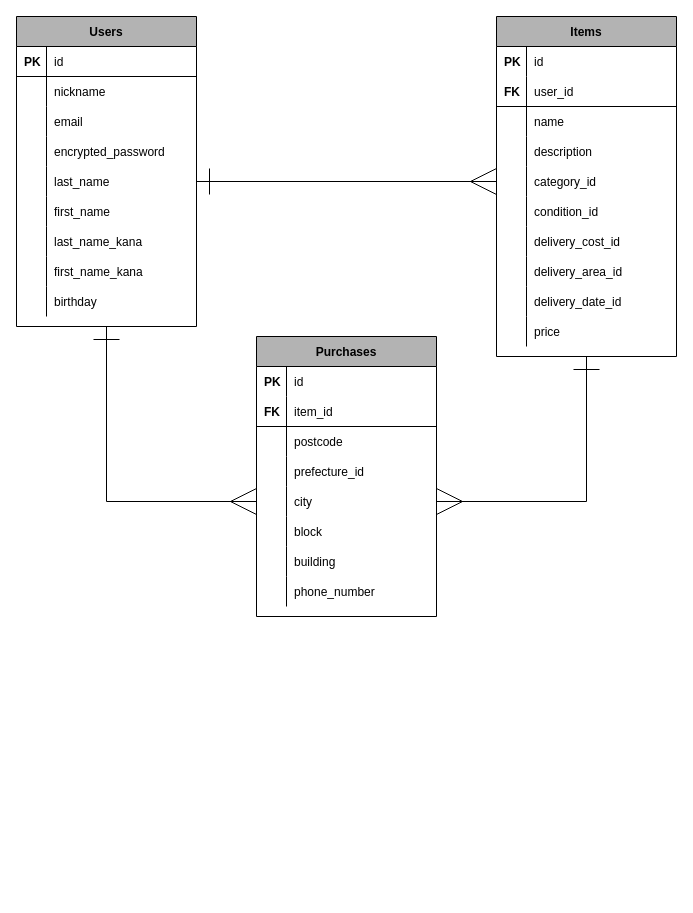
searide/furima-38450 keeps this draw.io diagram as furima_ER.dio. Above is the earlier version. Source tidied: cells renumbered, new cells numbered last; positions are measured from the earlier drawing's top-left corner, leaving out a move shared by most shapes. Both pictures are drawn from the tidied source at 100%, with x=0, y=0 at pixel (16, 16).
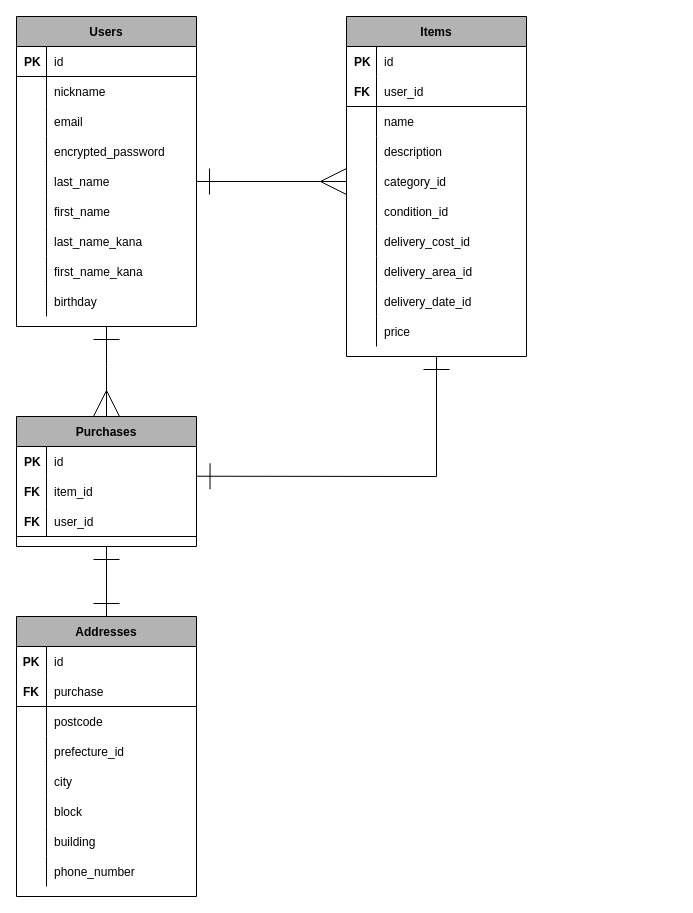
Above is the later version.

Commit message (it also covers changes not shown here):
住所テーブルの追記

The change refers to these unchanged cells:
```xml
<mxCell id="4" value="Users" style="shape=table;startSize=30;childLayout=tableLayout;rowLines=0;fontStyle=1;align=center;fillColor=#B3B3B3;fontColor=#000000;strokeColor=#000000;" parent="1" vertex="1">
  <mxGeometry width="180" height="310" as="geometry" />
</mxCell>
```

Diff of the diagram source:
```diff
@@
-    <mxCell id="3" style="edgeStyle=none;rounded=0;html=1;entryX=0;entryY=0.5;entryDx=0;entryDy=0;startArrow=ERone;startFill=0;endArrow=ERmany;endFill=0;startSize=24;endSize=24;targetPerimeterSpacing=0;strokeColor=#000000;exitX=0.5;exitY=1;exitDx=0;exitDy=0;" parent="1" edge="1" source="4" target="77">
+    <mxCell id="3" style="edgeStyle=none;rounded=0;html=1;startArrow=ERone;startFill=0;endArrow=ERmany;endFill=0;startSize=24;endSize=24;targetPerimeterSpacing=0;strokeColor=#000000;exitX=0.5;exitY=1;exitDx=0;exitDy=0;" parent="1" edge="1" source="4" target="64">
       <mxGeometry relative="1" as="geometry">
         <Array as="points">
-          <mxPoint x="90" y="485" />
+          <mxPoint x="90" y="350" />
         </Array>
       </mxGeometry>
     </mxCell>
@@
-    <mxCell id="32" style="edgeStyle=none;rounded=0;html=1;entryX=1;entryY=0.5;entryDx=0;entryDy=0;startArrow=ERone;startFill=0;endArrow=ERmany;endFill=0;startSize=24;endSize=24;targetPerimeterSpacing=0;strokeColor=#000000;exitX=0.5;exitY=1;exitDx=0;exitDy=0;" parent="1" edge="1" source="33" target="77">
+    <mxCell id="32" style="edgeStyle=none;rounded=0;html=1;entryX=1.003;entryY=-0.009;entryDx=0;entryDy=0;startArrow=ERone;startFill=0;endArrow=ERone;endFill=0;startSize=24;endSize=24;targetPerimeterSpacing=0;strokeColor=#000000;exitX=0.5;exitY=1;exitDx=0;exitDy=0;entryPerimeter=0;" parent="1" edge="1" source="33" target="68">
       <mxGeometry relative="1" as="geometry">
         <Array as="points">
-          <mxPoint x="570" y="485" />
+          <mxPoint x="420" y="460" />
         </Array>
       </mxGeometry>
     </mxCell>
     <mxCell id="33" value="Items" style="shape=table;startSize=30;childLayout=tableLayout;rowLines=0;fontStyle=1;align=center;fillColor=#B3B3B3;fontColor=#000000;strokeColor=#000000;" parent="1" vertex="1">
-      <mxGeometry x="480" width="180" height="340" as="geometry" />
+      <mxGeometry x="330" width="180" height="340" as="geometry" />
     </mxCell>
@@
+    <mxCell id="89" style="edgeStyle=none;html=1;fontFamily=Helvetica;fontSize=12;fontColor=#000000;endArrow=ERone;endFill=0;startSize=24;entryX=0.5;entryY=0;entryDx=0;entryDy=0;startArrow=ERone;startFill=0;strokeColor=#000000;endSize=24;" parent="1" edge="1" source="64" target="93">
+      <mxGeometry relative="1" as="geometry" />
+    </mxCell>
     <mxCell id="64" value="Purchases" style="shape=table;startSize=30;childLayout=tableLayout;rowLines=0;fontStyle=1;align=center;fillColor=#B3B3B3;fontColor=#000000;strokeColor=#000000;" parent="1" vertex="1">
-      <mxGeometry x="240" y="320" width="180" height="280" as="geometry" />
+      <mxGeometry y="400" width="180" height="130" as="geometry" />
     </mxCell>
@@
-    <mxCell id="68" style="shape=partialRectangle;fillColor=none;top=0;left=0;bottom=1;right=0;points=[[0,0.5],[1,0.5]];portConstraint=eastwest;strokeColor=#000000;" parent="64" vertex="1">
+    <mxCell id="68" style="shape=partialRectangle;fillColor=none;top=0;left=0;bottom=1;right=0;points=[[0,0.5],[1,0.5]];portConstraint=eastwest;strokeColor=none;" parent="64" vertex="1">
       <mxGeometry y="60" width="180" height="30" as="geometry" />
     </mxCell>
@@
-    <mxCell id="70" value="item_id" style="shape=partialRectangle;fillColor=none;top=0;left=0;bottom=0;right=0;align=left;spacingLeft=6;fontStyle=0;overflow=hidden;fontColor=#000000;" parent="68" vertex="1">
+    <mxCell id="70" value="item_id" style="shape=partialRectangle;fillColor=none;top=0;left=0;bottom=0;right=0;align=left;spacingLeft=6;fontStyle=0;overflow=hidden;fontColor=#000000;strokeColor=none;" parent="68" vertex="1">
       <mxGeometry x="30" width="150" height="30" as="geometry" />
     </mxCell>
+    <mxCell id="90" style="shape=partialRectangle;fillColor=none;top=0;left=0;bottom=1;right=0;strokeColor=#000000;" parent="64" vertex="1">
+      <mxGeometry y="90" width="180" height="30" as="geometry" />
+    </mxCell>
+    <mxCell id="91" style="shape=partialRectangle;fillColor=none;top=0;left=0;bottom=0;right=0;fontStyle=1;overflow=hidden;align=left;fontColor=#000000;spacingLeft=6;" parent="90" vertex="1">
+      <mxGeometry width="30" height="30" as="geometry" />
+    </mxCell>
+    <mxCell id="92" style="shape=partialRectangle;fillColor=none;top=0;left=0;bottom=0;right=0;align=left;spacingLeft=6;fontStyle=0;overflow=hidden;fontColor=#000000;" parent="90" vertex="1">
+      <mxGeometry x="30" width="150" height="30" as="geometry" />
+    </mxCell>
+    <mxCell id="93" value="Addresses" style="shape=table;startSize=30;childLayout=tableLayout;rowLines=0;fontStyle=1;align=center;fontFamily=Helvetica;fontSize=12;fontColor=#000000;strokeColor=#000000;fillColor=#B3B3B3;" parent="1" vertex="1">
+      <mxGeometry y="600" width="180" height="280" as="geometry" />
+    </mxCell>
+    <mxCell id="94" style="shape=partialRectangle;fillColor=none;top=0;left=0;bottom=1;right=0;fontFamily=Helvetica;fontSize=12;fontColor=#000000;startSize=30;strokeColor=none;" parent="93" vertex="1">
+      <mxGeometry y="30" width="180" height="30" as="geometry" />
+    </mxCell>
+    <mxCell id="95" value="PK" style="shape=partialRectangle;fillColor=none;top=0;left=0;bottom=0;right=0;fontStyle=1;overflow=hidden;fontFamily=Helvetica;fontSize=12;fontColor=#000000;startSize=30;strokeColor=#000000;" parent="94" vertex="1">
+      <mxGeometry width="30" height="30" as="geometry" />
+    </mxCell>
+    <mxCell id="96" value="id" style="shape=partialRectangle;fillColor=none;top=0;left=0;bottom=0;right=0;align=left;spacingLeft=6;fontStyle=0;overflow=hidden;fontFamily=Helvetica;fontSize=12;fontColor=#000000;startSize=30;strokeColor=#000000;" parent="94" vertex="1">
+      <mxGeometry x="30" width="150" height="30" as="geometry" />
+    </mxCell>
+    <mxCell id="97" style="shape=partialRectangle;fillColor=none;top=0;left=0;bottom=1;right=0;fontFamily=Helvetica;fontSize=12;fontColor=#000000;startSize=30;strokeColor=#000000;" parent="93" vertex="1">
+      <mxGeometry y="60" width="180" height="30" as="geometry" />
+    </mxCell>
+    <mxCell id="98" value="FK" style="shape=partialRectangle;fillColor=none;top=0;left=0;bottom=0;right=0;fontStyle=1;overflow=hidden;fontFamily=Helvetica;fontSize=12;fontColor=#000000;startSize=30;strokeColor=#000000;" parent="97" vertex="1">
+      <mxGeometry width="30" height="30" as="geometry" />
+    </mxCell>
+    <mxCell id="99" value="purchase" style="shape=partialRectangle;fillColor=none;top=0;left=0;bottom=0;right=0;align=left;spacingLeft=6;fontStyle=0;overflow=hidden;fontFamily=Helvetica;fontSize=12;fontColor=#000000;startSize=30;strokeColor=#000000;" parent="97" vertex="1">
+      <mxGeometry x="30" width="150" height="30" as="geometry" />
+    </mxCell>
-    <mxCell id="71" style="shape=partialRectangle;fillColor=none;top=0;left=0;bottom=0;right=0;" parent="64" vertex="1">
+    <mxCell id="71" style="shape=partialRectangle;fillColor=none;top=0;left=0;bottom=0;right=0;" parent="93" vertex="1">
       <mxGeometry y="90" width="180" height="30" as="geometry" />
     </mxCell>
@@
-    <mxCell id="74" style="shape=partialRectangle;fillColor=none;top=0;left=0;bottom=0;right=0;" parent="64" vertex="1">
+    <mxCell id="74" style="shape=partialRectangle;fillColor=none;top=0;left=0;bottom=0;right=0;" parent="93" vertex="1">
       <mxGeometry y="120" width="180" height="30" as="geometry" />
     </mxCell>
@@
-    <mxCell id="77" style="shape=partialRectangle;fillColor=none;top=0;left=0;bottom=0;right=0;points=[[0,0.5],[1,0.5]];portConstraint=eastwest;" parent="64" vertex="1">
+    <mxCell id="77" style="shape=partialRectangle;fillColor=none;top=0;left=0;bottom=0;right=0;points=[[0,0.5],[1,0.5]];portConstraint=eastwest;" parent="93" vertex="1">
       <mxGeometry y="150" width="180" height="30" as="geometry" />
     </mxCell>
@@
-    <mxCell id="80" style="shape=partialRectangle;fillColor=none;top=0;left=0;bottom=0;right=0;" parent="64" vertex="1">
+    <mxCell id="80" style="shape=partialRectangle;fillColor=none;top=0;left=0;bottom=0;right=0;" parent="93" vertex="1">
       <mxGeometry y="180" width="180" height="30" as="geometry" />
     </mxCell>
@@
-    <mxCell id="83" style="shape=partialRectangle;fillColor=none;top=0;left=0;bottom=0;right=0;" parent="64" vertex="1">
+    <mxCell id="83" style="shape=partialRectangle;fillColor=none;top=0;left=0;bottom=0;right=0;" parent="93" vertex="1">
       <mxGeometry y="210" width="180" height="30" as="geometry" />
     </mxCell>
@@
-    <mxCell id="86" style="shape=partialRectangle;fillColor=none;top=0;left=0;bottom=0;right=0;" parent="64" vertex="1">
+    <mxCell id="86" style="shape=partialRectangle;fillColor=none;top=0;left=0;bottom=0;right=0;" parent="93" vertex="1">
       <mxGeometry y="240" width="180" height="30" as="geometry" />
     </mxCell>
@@
+    <mxCell id="100" style="shape=partialRectangle;fillColor=none;top=0;left=0;bottom=1;right=0;fontStyle=0;strokeColor=#000000;" parent="1" vertex="1">
+      <mxGeometry y="490" width="180" height="30" as="geometry" />
+    </mxCell>
+    <mxCell id="101" value="FK" style="shape=partialRectangle;fillColor=none;top=0;left=0;bottom=0;right=0;fontStyle=1;overflow=hidden;align=left;fontColor=#000000;spacingLeft=6;strokeColor=#000000;" parent="100" vertex="1">
+      <mxGeometry width="30" height="30" as="geometry" />
+    </mxCell>
+    <mxCell id="102" value="user_id" style="shape=partialRectangle;fillColor=none;top=0;left=0;bottom=0;right=0;align=left;spacingLeft=6;fontStyle=0;overflow=hidden;fontColor=#000000;strokeColor=#000000;" parent="100" vertex="1">
+      <mxGeometry x="30" width="150" height="30" as="geometry" />
+    </mxCell>
```
